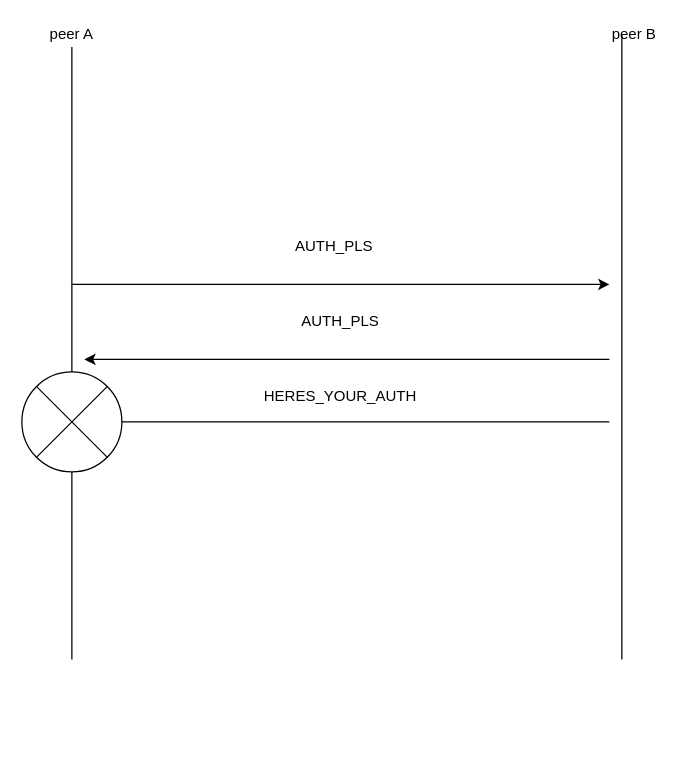
Earlier version of the draw.io diagram doc/double message bug.drawio (Bobscorn/ptop). Source tidied: cells renumbered, new cells numbered last; positions are measured from the earlier drawing's top-left corner, leaving out a move shared by most shapes. Both pictures are drawn from the tidied source at 125%, with x=0, y=0 at pixel (21, 21).
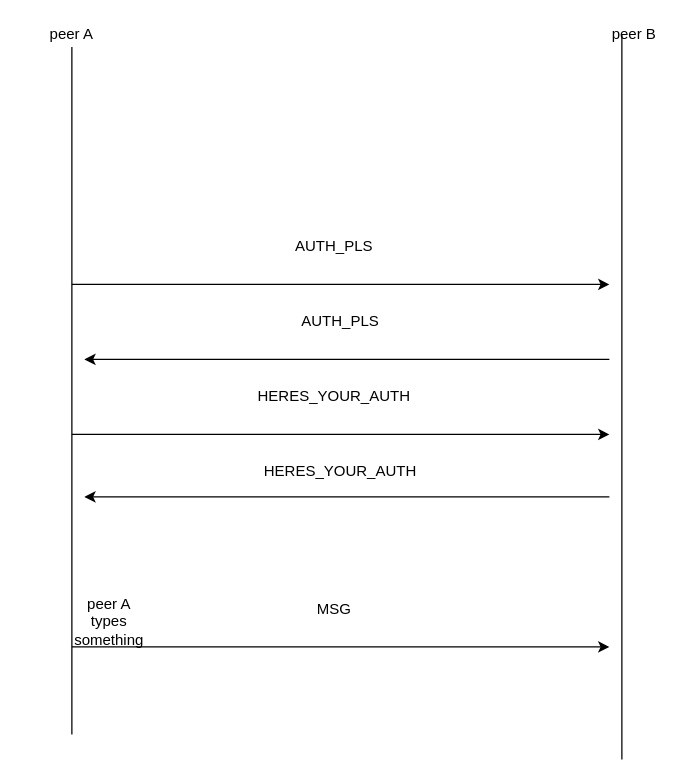
The same page after the edit.

Commit message:
chore: improve peer diagram

The change refers to these unchanged cells:
```xml
<mxCell id="8" value="peer A" style="text;html=1;strokeColor=none;fillColor=none;align=center;verticalAlign=middle;whiteSpace=wrap;rounded=0;" parent="1" vertex="1">
  <mxGeometry x="20" width="40" height="20" as="geometry" />
</mxCell>
```

Diff of the diagram source:
```diff
@@
     <mxCell id="2" style="endArrow=none;html=1;" parent="1" edge="1" target="8">
       <mxGeometry relative="1" as="geometry">
-        <mxPoint x="40" y="510" as="sourcePoint" />
+        <mxPoint x="40" y="570" as="sourcePoint" />
       </mxGeometry>
     </mxCell>
     <mxCell id="3" style="endArrow=none;html=1;" parent="1" edge="1">
       <mxGeometry relative="1" as="geometry">
-        <mxPoint x="480" y="510" as="sourcePoint" />
+        <mxPoint x="480" y="590" as="sourcePoint" />
         <mxPoint x="480" y="10" as="targetPoint" />
       </mxGeometry>
     </mxCell>
@@
     <mxCell id="10" value="HERES_YOUR_AUTH" style="text;html=1;strokeColor=none;fillColor=none;align=center;verticalAlign=middle;whiteSpace=wrap;rounded=0;" parent="1" vertex="1">
-      <mxGeometry x="235" y="290" width="40" height="20" as="geometry" />
+      <mxGeometry x="235" y="350" width="40" height="20" as="geometry" />
     </mxCell>
     <mxCell id="11" style="endArrow=classic;html=1;" parent="1" edge="1">
       <mxGeometry relative="1" as="geometry">
-        <mxPoint x="470" y="320" as="sourcePoint" />
-        <mxPoint x="50" y="320" as="targetPoint" />
+        <mxPoint x="470" y="380" as="sourcePoint" />
+        <mxPoint x="50" y="380" as="targetPoint" />
       </mxGeometry>
     </mxCell>
-    <mxCell id="12" style="shape=sumEllipse;perimeter=ellipsePerimeter;whiteSpace=wrap;html=1;backgroundOutline=1;" parent="1" vertex="1">
-      <mxGeometry y="280" width="80" height="80" as="geometry" />
-    </mxCell>
+    <mxCell id="13" style="endArrow=classic;html=1;" parent="1" edge="1">
+      <mxGeometry relative="1" as="geometry">
+        <mxPoint x="40" y="330" as="sourcePoint" />
+        <mxPoint x="470" y="330" as="targetPoint" />
+      </mxGeometry>
+    </mxCell>
+    <mxCell id="14" value="HERES_YOUR_AUTH" style="text;html=1;strokeColor=none;fillColor=none;align=center;verticalAlign=middle;whiteSpace=wrap;rounded=0;" parent="1" vertex="1">
+      <mxGeometry x="230" y="290" width="40" height="20" as="geometry" />
+    </mxCell>
+    <mxCell id="15" value="peer A types something" style="text;html=1;strokeColor=none;fillColor=none;align=center;verticalAlign=middle;whiteSpace=wrap;rounded=0;" parent="1" vertex="1">
+      <mxGeometry x="50" y="470" width="40" height="20" as="geometry" />
+    </mxCell>
+    <mxCell id="16" style="endArrow=classic;html=1;" parent="1" edge="1">
+      <mxGeometry relative="1" as="geometry">
+        <mxPoint x="40" y="500" as="sourcePoint" />
+        <mxPoint x="470" y="500" as="targetPoint" />
+      </mxGeometry>
+    </mxCell>
+    <mxCell id="17" value="MSG" style="text;html=1;strokeColor=none;fillColor=none;align=center;verticalAlign=middle;whiteSpace=wrap;rounded=0;" parent="1" vertex="1">
+      <mxGeometry x="230" y="460" width="40" height="20" as="geometry" />
+    </mxCell>
```
